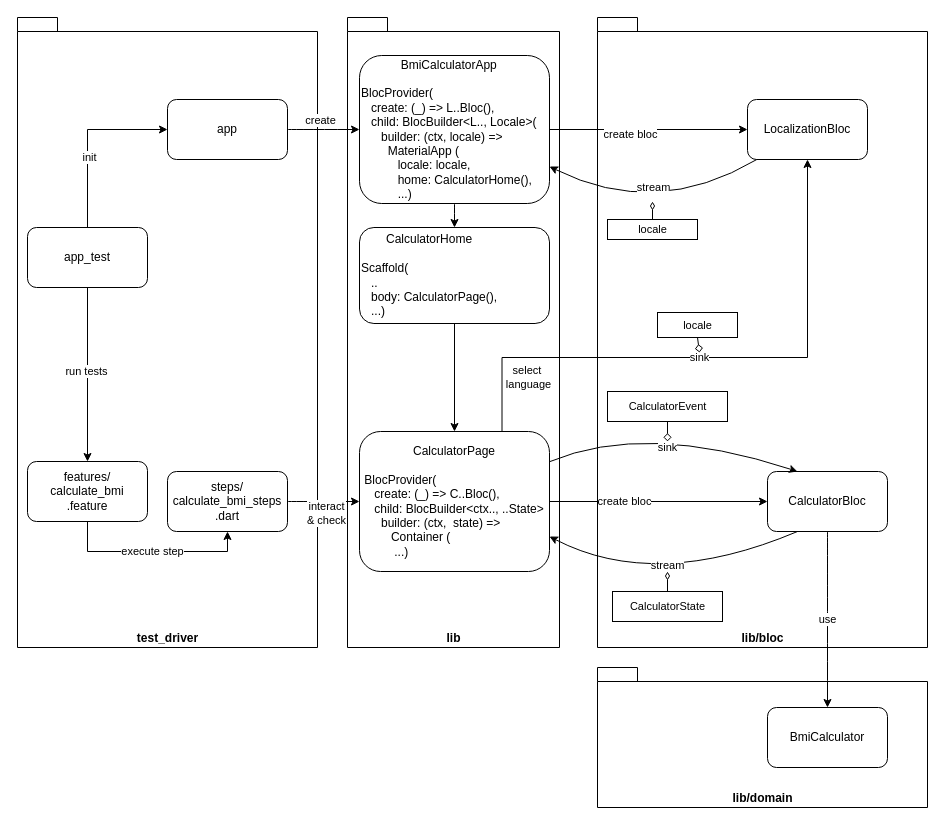
This is diagrams/calculator-app-gherkin-test.drawio from nikkijuk/bmi-calculator-app, a draw.io file, before an edit. Source tidied: cells renumbered, new cells numbered last; positions are measured from the earlier drawing's top-left corner, leaving out a move shared by most shapes. Both pictures are drawn from the tidied source at 100%, with x=0, y=0 at pixel (17, 17).
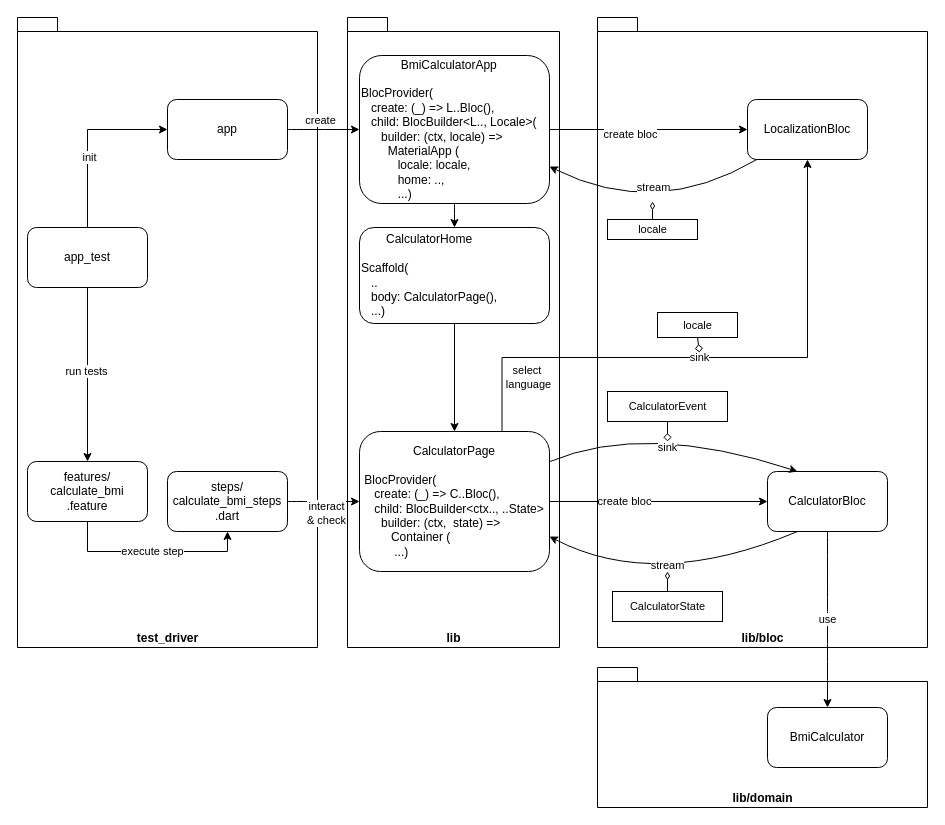
The same diagram, later.

Commit message (it also covers changes not shown here):
properly coded where possible :D

What changed in the source:
```diff
@@
-    <mxCell id="26" value="&lt;div style=&quot;text-align: center&quot;&gt;BmiCalculatorApp&lt;/div&gt;&lt;div&gt;&lt;br&gt;BlocProvider(&lt;/div&gt;&lt;div&gt;&amp;nbsp; &amp;nbsp;create: (_) =&amp;gt; L..Bloc(),&lt;br&gt;&amp;nbsp; &amp;nbsp;child:&amp;nbsp;&lt;span&gt;BlocBuilder&amp;lt;L.., Locale&amp;gt;(&lt;/span&gt;&lt;/div&gt;&lt;div&gt;&amp;nbsp; &amp;nbsp; &amp;nbsp; builder: (ctx, locale) =&amp;gt;&lt;/div&gt;&lt;div&gt;&amp;nbsp; &amp;nbsp; &amp;nbsp; &amp;nbsp; MaterialApp (&lt;/div&gt;&lt;div&gt;&amp;nbsp; &amp;nbsp; &amp;nbsp; &amp;nbsp; &amp;nbsp; &amp;nbsp;locale: locale,&lt;/div&gt;&lt;div&gt;&amp;nbsp; &amp;nbsp; &amp;nbsp; &amp;nbsp; &amp;nbsp; &amp;nbsp;home: CalculatorHome(),&lt;/div&gt;&lt;div&gt;&amp;nbsp; &amp;nbsp; &amp;nbsp; &amp;nbsp; &amp;nbsp; &amp;nbsp;...)&lt;/div&gt;" style="rounded=1;whiteSpace=wrap;html=1;align=left;" parent="1" vertex="1">
+    <mxCell id="26" value="&lt;div style=&quot;text-align: center&quot;&gt;BmiCalculatorApp&lt;/div&gt;&lt;div&gt;&lt;br&gt;BlocProvider(&lt;/div&gt;&lt;div&gt;&amp;nbsp; &amp;nbsp;create: (_) =&amp;gt; L..Bloc(),&lt;br&gt;&amp;nbsp; &amp;nbsp;child:&amp;nbsp;&lt;span&gt;BlocBuilder&amp;lt;L.., Locale&amp;gt;(&lt;/span&gt;&lt;/div&gt;&lt;div&gt;&amp;nbsp; &amp;nbsp; &amp;nbsp; builder: (ctx, locale) =&amp;gt;&lt;/div&gt;&lt;div&gt;&amp;nbsp; &amp;nbsp; &amp;nbsp; &amp;nbsp; MaterialApp (&lt;/div&gt;&lt;div&gt;&amp;nbsp; &amp;nbsp; &amp;nbsp; &amp;nbsp; &amp;nbsp; &amp;nbsp;locale: locale,&lt;/div&gt;&lt;div&gt;&amp;nbsp; &amp;nbsp; &amp;nbsp; &amp;nbsp; &amp;nbsp; &amp;nbsp;home: ..,&lt;/div&gt;&lt;div&gt;&amp;nbsp; &amp;nbsp; &amp;nbsp; &amp;nbsp; &amp;nbsp; &amp;nbsp;...)&lt;/div&gt;" style="rounded=1;whiteSpace=wrap;html=1;align=left;" parent="1" vertex="1">
       <mxGeometry x="342" y="38" width="190" height="148" as="geometry" />
     </mxCell>
```
